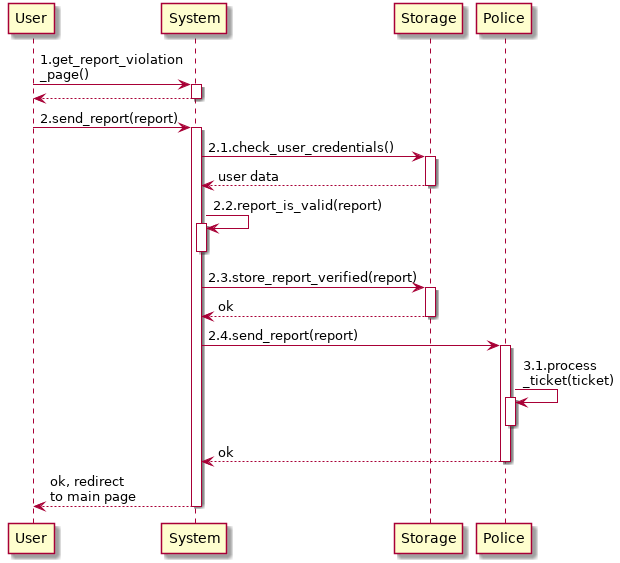
This is RASD/images/useCases/automatic_traffic_ticket.png from GiorgioUghini/SafeStreets, a PlantUML export, as it was before one commit.
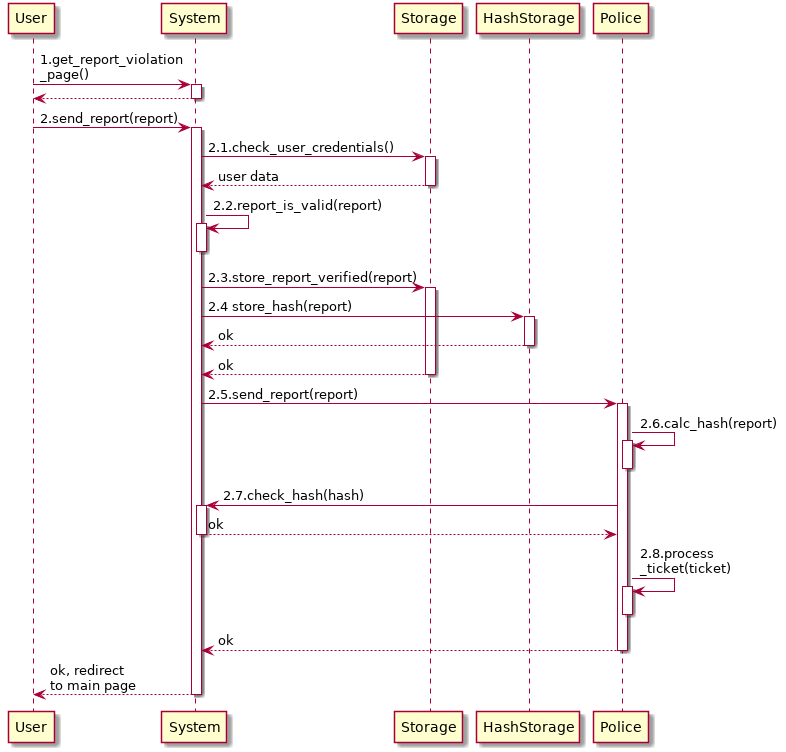
After the commit.

The edit, as a diff of the source:
```diff
@@ -2,6 +2,7 @@
     participant User as U
     participant System as S
     participant Storage as ST
+    participant HashStorage as H
     participant Police as P
 
     autoactivate on
@@ -14,9 +15,15 @@
     S -> S: 2.2.report_is_valid(report)
     deactivate S
     S -> ST: 2.3.store_report_verified(report)
+    S -> H : 2.4 store_hash(report)
     return ok
-    S -> P: 2.4.send_report(report)
-    P -> P: 3.1.process\n_ticket(ticket)
+    return ok
+    S -> P: 2.5.send_report(report)
+    P -> P: 2.6.calc_hash(report)
+    deactivate P
+    P -> S : 2.7.check_hash(hash)
+    return ok
+    P -> P: 2.8.process\n_ticket(ticket)
     deactivate P
     return ok
     return ok, redirect\nto main page
```
